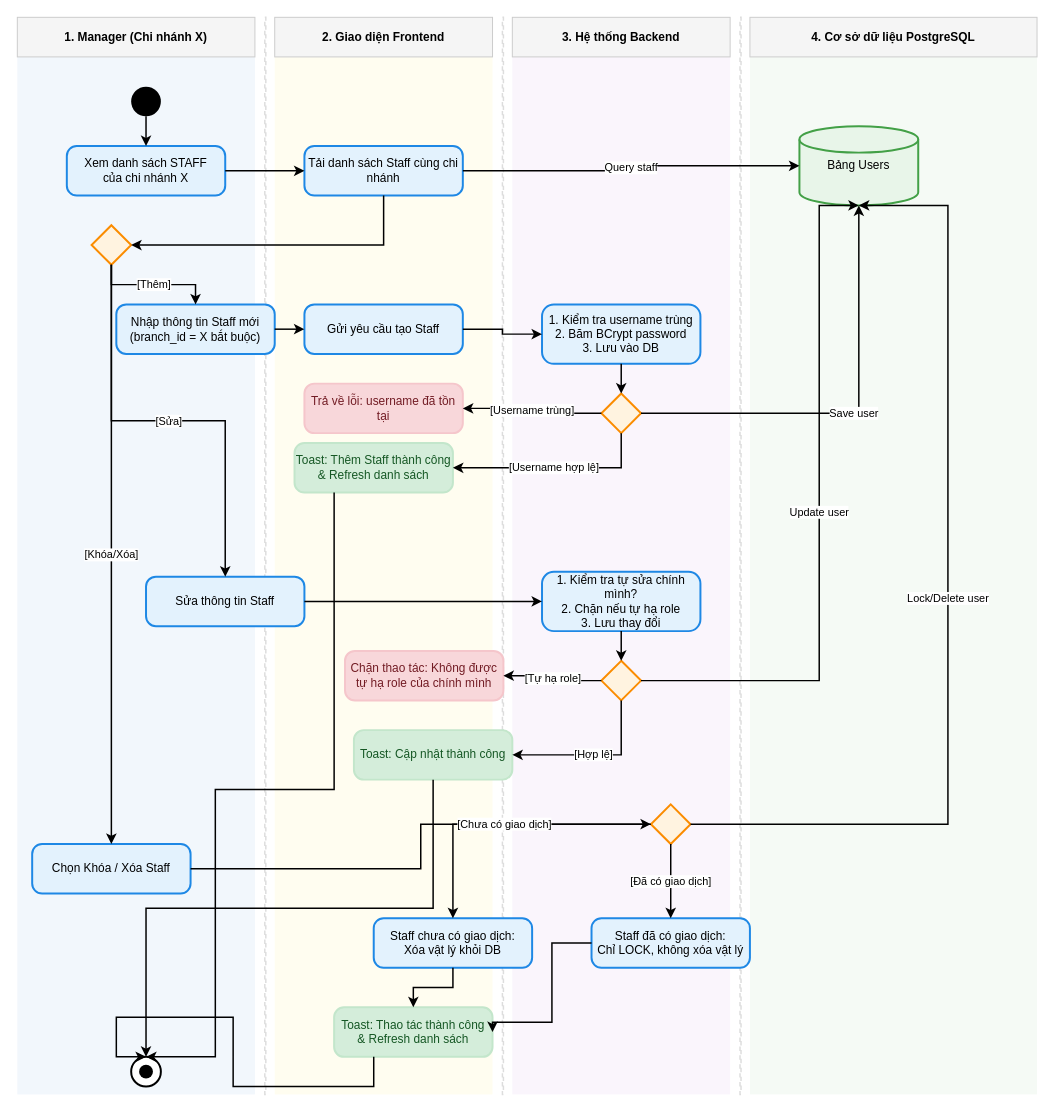
Above: diagrams/chuc_nang_quan_ly_nhan_vien_manager.drawio in Nghiatv2006/KhoHang (draw.io), before the change. Source tidied: cells renumbered, new cells numbered last; positions are measured from the earlier drawing's top-left corner, leaving out a move shared by most shapes. Both pictures are drawn from the tidied source at 99%, with x=0, y=0 at pixel (17, 17).
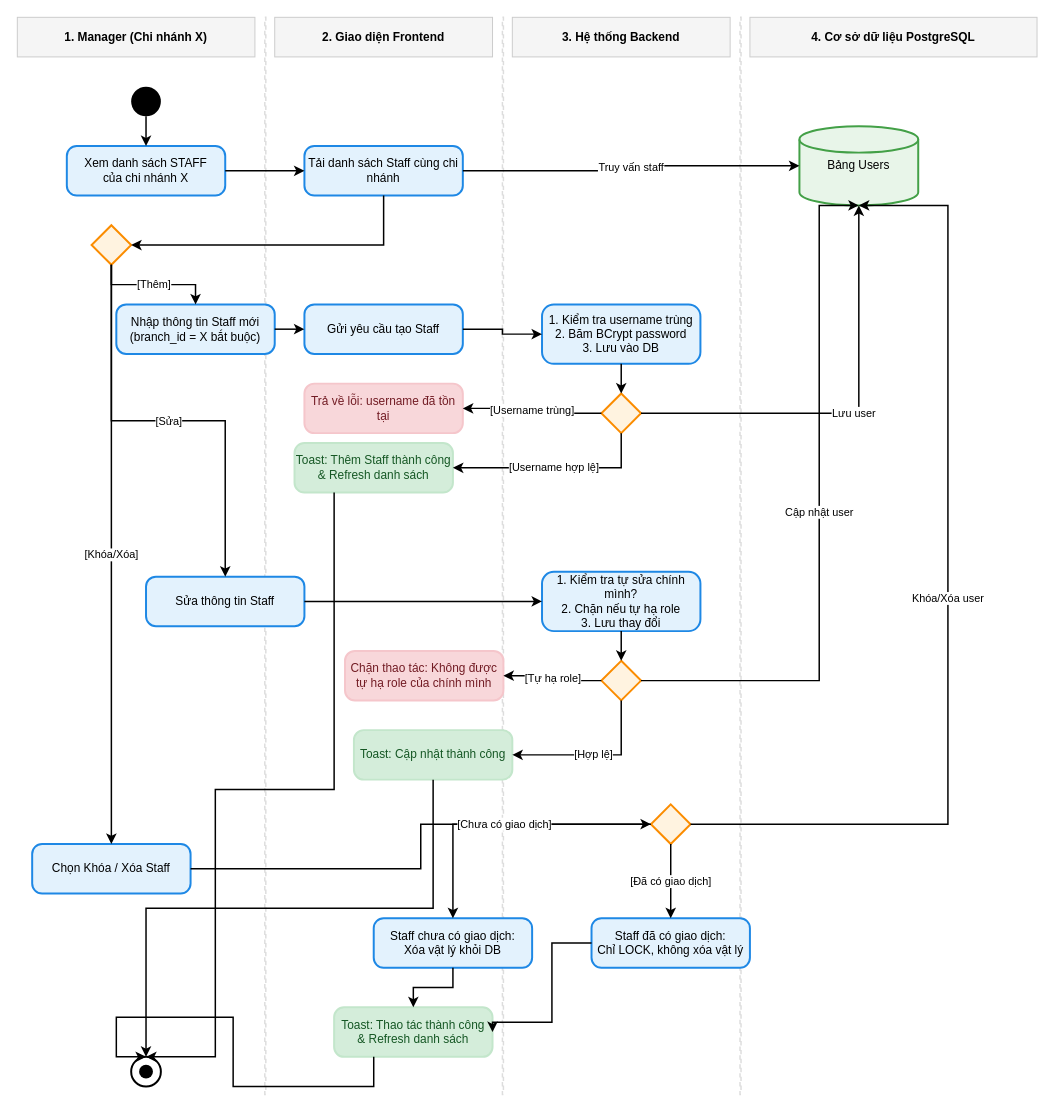
The same diagram, later.

Commit message (it also covers changes not shown here):
Update activity manager diagrams

Unchanged cells that the change refers to:
```xml
<mxCell id="15" value="Tải danh sách Staff cùng chi nhánh" style="rounded=1;whiteSpace=wrap;html=1;arcSize=20;fillColor=#e3f2fd;strokeColor=#1e88e5;strokeWidth=2;fontColor=#000000;align=center;" parent="1" vertex="1">
  <mxGeometry x="290" y="130" width="160" height="50" as="geometry" />
</mxCell>
<mxCell id="16" value="Bảng Users" style="strokeWidth=2;html=1;shape=mxgraph.flowchart.database;whiteSpace=wrap;fillColor=#e8f5e9;strokeColor=#43a047;fontColor=#000000;align=center;" parent="1" vertex="1">
  <mxGeometry x="790" y="110" width="120" height="80" as="geometry" />
</mxCell>
<mxCell id="21" style="rhombus;whiteSpace=wrap;html=1;fillColor=#fff3e0;strokeColor=#fb8c00;strokeWidth=2;fontColor=#000000;align=center;" parent="1" vertex="1">
  <mxGeometry x="590" y="380" width="40" height="40" as="geometry" />
</mxCell>
<mxCell id="26" style="rhombus;whiteSpace=wrap;html=1;fillColor=#fff3e0;strokeColor=#fb8c00;strokeWidth=2;fontColor=#000000;align=center;" parent="1" vertex="1">
  <mxGeometry x="590" y="650" width="40" height="40" as="geometry" />
</mxCell>
<mxCell id="30" style="rhombus;whiteSpace=wrap;html=1;fillColor=#fff3e0;strokeColor=#fb8c00;strokeWidth=2;fontColor=#000000;align=center;" parent="1" vertex="1">
  <mxGeometry x="640" y="795" width="40" height="40" as="geometry" />
</mxCell>
```

Change to the diagram source:
```diff
@@
-    <mxCell id="2" style="fillColor=#f2f7fc;strokeColor=none;" parent="1" vertex="1">
+    <mxCell id="2" style="fillColor=#ffffff;strokeColor=none;" parent="1" vertex="1">
       <mxGeometry y="40" width="240" height="1048" as="geometry" />
     </mxCell>
-    <mxCell id="3" style="fillColor=#fffdf0;strokeColor=none;" parent="1" vertex="1">
+    <mxCell id="3" style="fillColor=#ffffff;strokeColor=none;" parent="1" vertex="1">
       <mxGeometry x="260" y="40" width="220" height="1048" as="geometry" />
     </mxCell>
-    <mxCell id="4" style="fillColor=#faf5fc;strokeColor=none;" parent="1" vertex="1">
+    <mxCell id="4" style="fillColor=#ffffff;strokeColor=none;" parent="1" vertex="1">
       <mxGeometry x="500" y="40" width="220" height="1048" as="geometry" />
     </mxCell>
-    <mxCell id="5" style="fillColor=#f5faf5;strokeColor=none;" parent="1" vertex="1">
+    <mxCell id="5" style="fillColor=#ffffff;strokeColor=none;" parent="1" vertex="1">
       <mxGeometry x="740" y="40" width="290" height="1048" as="geometry" />
     </mxCell>
@@
-    <mxCell id="38" value="Query staff" style="edgeStyle=orthogonalEdgeStyle;rounded=0;jettySize=auto;html=1;strokeColor=#000000;strokeWidth=1.5;endArrow=classic;exitX=1;exitY=0.5;entryX=0;entryY=0.5;edgeStyle=orthogonalEdgeStyle;" parent="1" edge="1" source="15" target="16">
+    <mxCell id="38" value="Truy vấn staff" style="edgeStyle=orthogonalEdgeStyle;rounded=0;jettySize=auto;html=1;strokeColor=#000000;strokeWidth=1.5;endArrow=classic;exitX=1;exitY=0.5;entryX=0;entryY=0.5;edgeStyle=orthogonalEdgeStyle;" parent="1" edge="1" source="15" target="16">
       <mxGeometry relative="1" as="geometry" />
     </mxCell>
@@
-    <mxCell id="46" value="Save user" style="edgeStyle=orthogonalEdgeStyle;rounded=0;jettySize=auto;html=1;strokeColor=#000000;strokeWidth=1.5;endArrow=classic;exitX=1;exitY=0.5;entryX=0.5;entryY=1;edgeStyle=orthogonalEdgeStyle;" parent="1" edge="1" source="21" target="16">
+    <mxCell id="46" value="Lưu user" style="edgeStyle=orthogonalEdgeStyle;rounded=0;jettySize=auto;html=1;strokeColor=#000000;strokeWidth=1.5;endArrow=classic;exitX=1;exitY=0.5;entryX=0.5;entryY=1;edgeStyle=orthogonalEdgeStyle;" parent="1" edge="1" source="21" target="16">
       <mxGeometry relative="1" as="geometry" />
     </mxCell>
@@
-    <mxCell id="52" value="Update user" style="edgeStyle=orthogonalEdgeStyle;rounded=0;jettySize=auto;html=1;strokeColor=#000000;strokeWidth=1.5;endArrow=classic;exitX=1;exitY=0.5;entryX=0.5;entryY=1;edgeStyle=orthogonalEdgeStyle;" parent="1" edge="1" source="26" target="16">
+    <mxCell id="52" value="Cập nhật user" style="edgeStyle=orthogonalEdgeStyle;rounded=0;jettySize=auto;html=1;strokeColor=#000000;strokeWidth=1.5;endArrow=classic;exitX=1;exitY=0.5;entryX=0.5;entryY=1;edgeStyle=orthogonalEdgeStyle;" parent="1" edge="1" source="26" target="16">
       <mxGeometry relative="1" as="geometry">
         <Array as="points">
           <mxPoint x="810" y="670" />
           <mxPoint x="810" y="190" />
         </Array>
       </mxGeometry>
     </mxCell>
@@
-    <mxCell id="59" value="Lock/Delete user" style="edgeStyle=orthogonalEdgeStyle;rounded=0;jettySize=auto;html=1;strokeColor=#000000;strokeWidth=1.5;endArrow=classic;exitX=1;exitY=0.5;entryX=0.5;entryY=1;edgeStyle=orthogonalEdgeStyle;" parent="1" edge="1" source="30" target="16">
+    <mxCell id="59" value="Khóa/Xóa user" style="edgeStyle=orthogonalEdgeStyle;rounded=0;jettySize=auto;html=1;strokeColor=#000000;strokeWidth=1.5;endArrow=classic;exitX=1;exitY=0.5;entryX=0.5;entryY=1;edgeStyle=orthogonalEdgeStyle;" parent="1" edge="1" source="30" target="16">
       <mxGeometry relative="1" as="geometry">
         <Array as="points">
           <mxPoint x="940" y="815" />
           <mxPoint x="940" y="190" />
         </Array>
       </mxGeometry>
     </mxCell>
```
